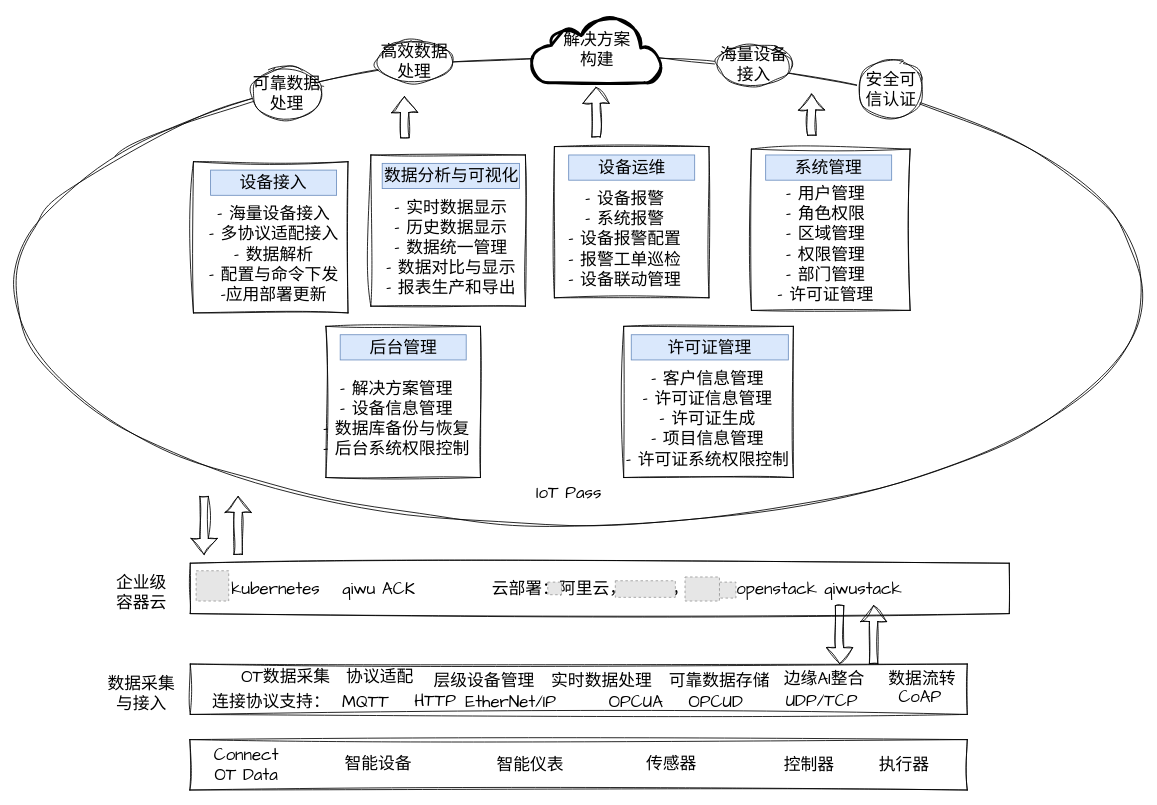
viking-wj/software keeps this draw.io diagram as page "IoTSuite" (3 of 3) of qiwu.drawio. Above is the earlier version. Source tidied: cells renumbered, new cells numbered last; positions are measured from the earlier drawing's top-left corner, leaving out a move shared by most shapes. Both pictures are drawn from the tidied source at 84%, with x=0, y=0 at pixel (14, 15). Pictures stored in the file or linked from it are replaced by grey dashed boxes.
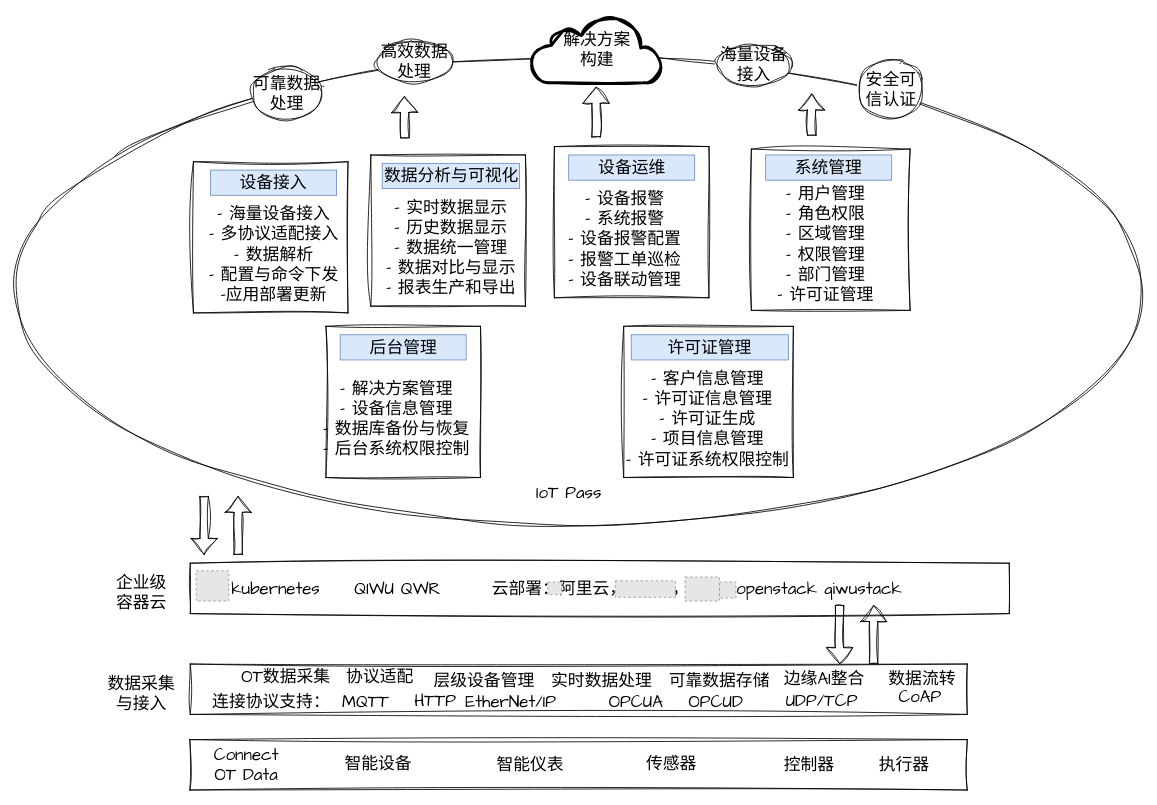
After the change.

What changed in the source:
```diff
@@
-    <mxCell id="59" value="qiwu ACK" style="text;html=1;strokeColor=none;fillColor=none;align=center;verticalAlign=middle;whiteSpace=wrap;rounded=0;fontSize=20;fontFamily=Architects Daughter;" parent="1" vertex="1">
-      <mxGeometry x="386.5" y="667" width="93" height="30" as="geometry" />
+    <mxCell id="59" value="QIWU QWR" style="text;html=1;strokeColor=none;fillColor=none;align=center;verticalAlign=middle;whiteSpace=wrap;rounded=0;fontSize=20;fontFamily=Architects Daughter;" parent="1" vertex="1">
+      <mxGeometry x="386.5" y="667" width="137.5" height="30" as="geometry" />
     </mxCell>
```
